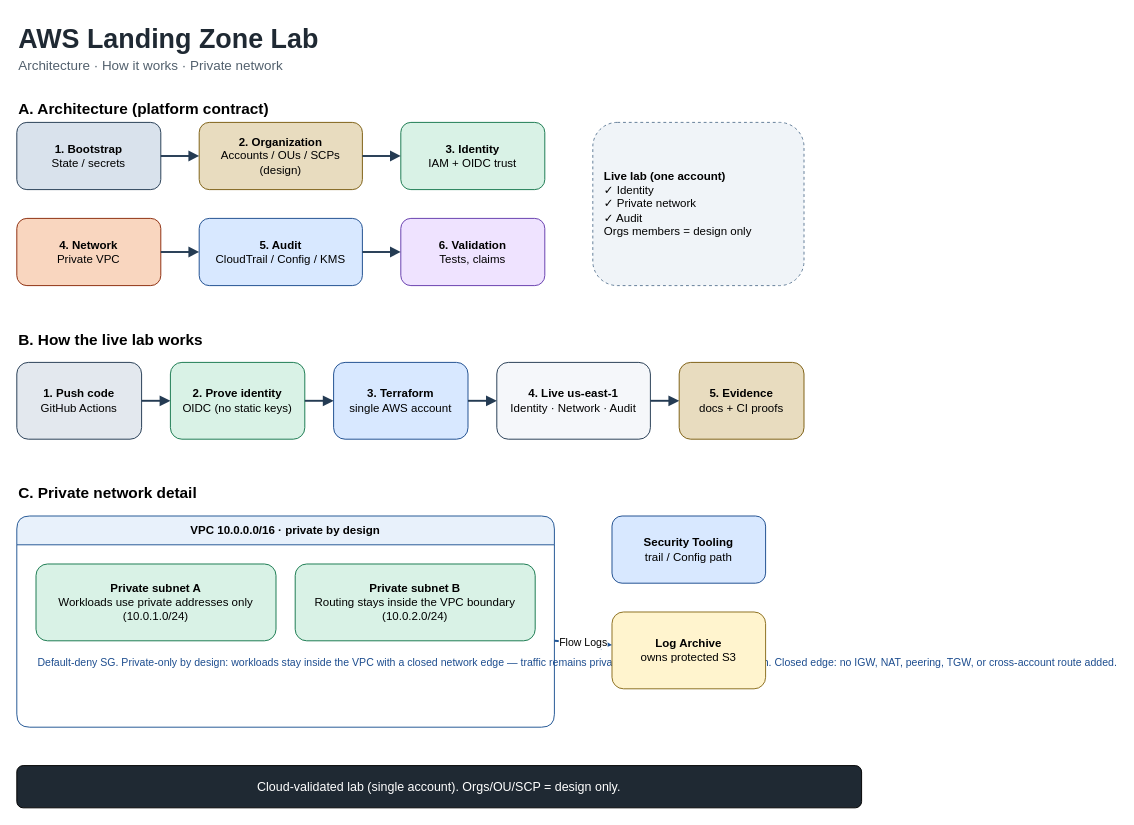
nathanielecon/aws-landing-zone-lab keeps this draw.io diagram as platform/docs/diagrams/aws-landing-zone-lab.drawio. Above is the earlier version. Source tidied: cells renumbered, new cells numbered last; positions are measured from the earlier drawing's top-left corner, leaving out a move shared by most shapes. Both pictures are drawn from the tidied source at 96%, with x=0, y=0 at pixel (16, 16).
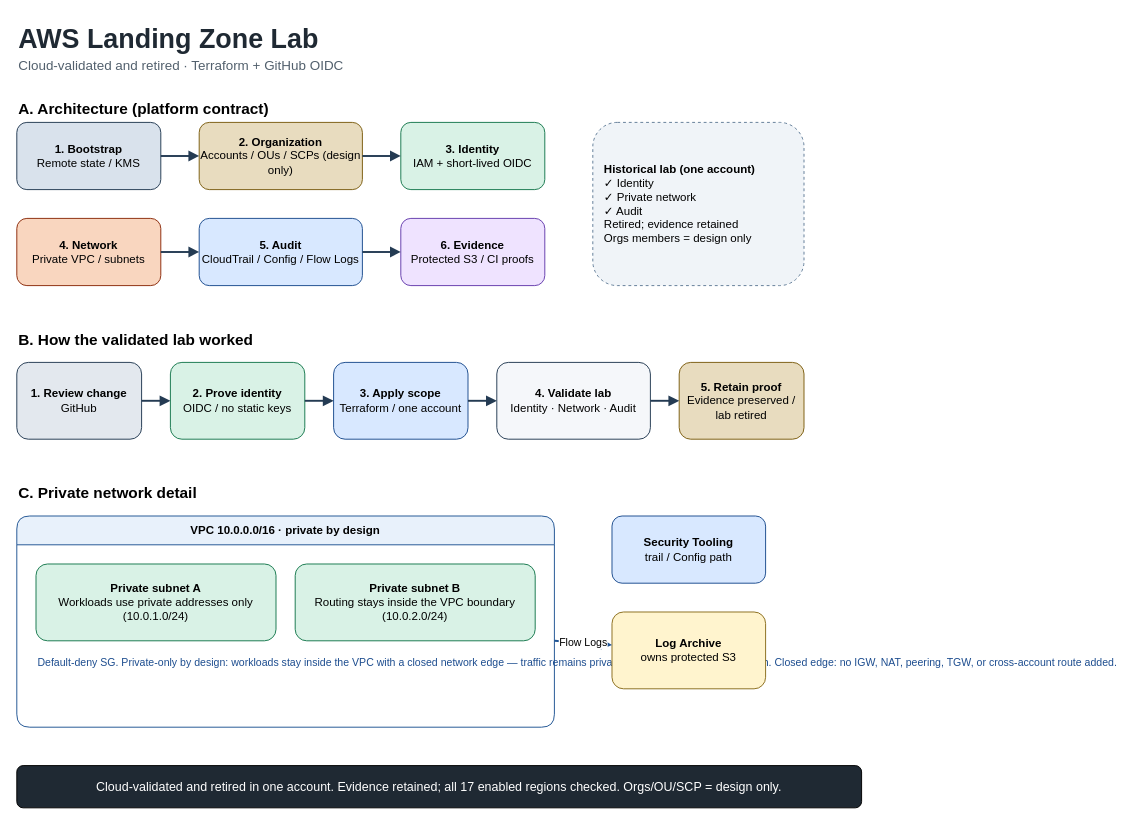
Above is the later version.

Commit message (it also covers changes not shown here):
docs: publish retired landing zone infographic

Diff of the diagram source:
```diff
@@
-    <mxCell id="3" value="Architecture · How it works · Private network" style="text;html=1;strokeColor=none;fillColor=none;align=left;fontSize=14;fontColor=#52606D;" parent="1" vertex="1">
+    <mxCell id="3" value="Cloud-validated and retired · Terraform + GitHub OIDC" style="text;html=1;strokeColor=none;fillColor=none;align=left;fontSize=14;fontColor=#52606D;" parent="1" vertex="1">
       <mxGeometry y="36" width="600" height="24" as="geometry" />
     </mxCell>
@@
-    <mxCell id="5" value="&lt;b&gt;1. Bootstrap&lt;/b&gt;&lt;br&gt;State / secrets" style="rounded=1;whiteSpace=wrap;html=1;fillColor=#D9E2EC;strokeColor=#243B53;" parent="1" vertex="1">
+    <mxCell id="5" value="&lt;b&gt;1. Bootstrap&lt;/b&gt;&lt;br&gt;Remote state / KMS" style="rounded=1;whiteSpace=wrap;html=1;fillColor=#D9E2EC;strokeColor=#243B53;" parent="1" vertex="1">
       <mxGeometry y="110" width="150" height="70" as="geometry" />
     </mxCell>
-    <mxCell id="6" value="&lt;b&gt;2. Organization&lt;/b&gt;&lt;br&gt;Accounts / OUs / SCPs (design)" style="rounded=1;whiteSpace=wrap;html=1;fillColor=#E8DCBF;strokeColor=#7C5E10;" parent="1" vertex="1">
+    <mxCell id="6" value="&lt;b&gt;2. Organization&lt;/b&gt;&lt;br&gt;Accounts / OUs / SCPs (design only)" style="rounded=1;whiteSpace=wrap;html=1;fillColor=#E8DCBF;strokeColor=#7C5E10;" parent="1" vertex="1">
       <mxGeometry x="190" y="110" width="170" height="70" as="geometry" />
     </mxCell>
-    <mxCell id="7" value="&lt;b&gt;3. Identity&lt;/b&gt;&lt;br&gt;IAM + OIDC trust" style="rounded=1;whiteSpace=wrap;html=1;fillColor=#D9F2E6;strokeColor=#18794E;" parent="1" vertex="1">
+    <mxCell id="7" value="&lt;b&gt;3. Identity&lt;/b&gt;&lt;br&gt;IAM + short-lived OIDC" style="rounded=1;whiteSpace=wrap;html=1;fillColor=#D9F2E6;strokeColor=#18794E;" parent="1" vertex="1">
       <mxGeometry x="400" y="110" width="150" height="70" as="geometry" />
     </mxCell>
-    <mxCell id="8" value="&lt;b&gt;4. Network&lt;/b&gt;&lt;br&gt;Private VPC" style="rounded=1;whiteSpace=wrap;html=1;fillColor=#F9D6BF;strokeColor=#8D2B0B;" parent="1" vertex="1">
+    <mxCell id="8" value="&lt;b&gt;4. Network&lt;/b&gt;&lt;br&gt;Private VPC / subnets" style="rounded=1;whiteSpace=wrap;html=1;fillColor=#F9D6BF;strokeColor=#8D2B0B;" parent="1" vertex="1">
       <mxGeometry y="210" width="150" height="70" as="geometry" />
     </mxCell>
-    <mxCell id="9" value="&lt;b&gt;5. Audit&lt;/b&gt;&lt;br&gt;CloudTrail / Config / KMS" style="rounded=1;whiteSpace=wrap;html=1;fillColor=#D8E8FF;strokeColor=#1D4D8F;" parent="1" vertex="1">
+    <mxCell id="9" value="&lt;b&gt;5. Audit&lt;/b&gt;&lt;br&gt;CloudTrail / Config / Flow Logs" style="rounded=1;whiteSpace=wrap;html=1;fillColor=#D8E8FF;strokeColor=#1D4D8F;" parent="1" vertex="1">
       <mxGeometry x="190" y="210" width="170" height="70" as="geometry" />
     </mxCell>
-    <mxCell id="10" value="&lt;b&gt;6. Validation&lt;/b&gt;&lt;br&gt;Tests, claims" style="rounded=1;whiteSpace=wrap;html=1;fillColor=#EFE3FF;strokeColor=#653CAD;" parent="1" vertex="1">
+    <mxCell id="10" value="&lt;b&gt;6. Evidence&lt;/b&gt;&lt;br&gt;Protected S3 / CI proofs" style="rounded=1;whiteSpace=wrap;html=1;fillColor=#EFE3FF;strokeColor=#653CAD;" parent="1" vertex="1">
       <mxGeometry x="400" y="210" width="150" height="70" as="geometry" />
     </mxCell>
-    <mxCell id="11" value="&lt;b&gt;Live lab (one account)&lt;/b&gt;&lt;br&gt;✓ Identity&lt;br&gt;✓ Private network&lt;br&gt;✓ Audit&lt;br&gt;Orgs members = design only" style="rounded=1;whiteSpace=wrap;html=1;fillColor=#F0F4F8;strokeColor=#627D98;dashed=1;align=left;spacingLeft=10;" parent="1" vertex="1">
+    <mxCell id="11" value="&lt;b&gt;Historical lab (one account)&lt;/b&gt;&lt;br&gt;✓ Identity&lt;br&gt;✓ Private network&lt;br&gt;✓ Audit&lt;br&gt;Retired; evidence retained&lt;br&gt;Orgs members = design only" style="rounded=1;whiteSpace=wrap;html=1;fillColor=#F0F4F8;strokeColor=#627D98;dashed=1;align=left;spacingLeft=10;" parent="1" vertex="1">
       <mxGeometry x="600" y="110" width="220" height="170" as="geometry" />
     </mxCell>
@@
-    <mxCell id="16" value="B. How the live lab works" style="text;html=1;strokeColor=none;fillColor=none;align=left;fontSize=16;fontStyle=1;" parent="1" vertex="1">
+    <mxCell id="16" value="B. How the validated lab worked" style="text;html=1;strokeColor=none;fillColor=none;align=left;fontSize=16;fontStyle=1;" parent="1" vertex="1">
       <mxGeometry y="320" width="400" height="24" as="geometry" />
     </mxCell>
-    <mxCell id="17" value="&lt;b&gt;1. Push code&lt;/b&gt;&lt;br&gt;GitHub Actions" style="rounded=1;whiteSpace=wrap;html=1;fillColor=#E3E8EE;strokeColor=#243B53;" parent="1" vertex="1">
+    <mxCell id="17" value="&lt;b&gt;1. Review change&lt;/b&gt;&lt;br&gt;GitHub" style="rounded=1;whiteSpace=wrap;html=1;fillColor=#E3E8EE;strokeColor=#243B53;" parent="1" vertex="1">
       <mxGeometry y="360" width="130" height="80" as="geometry" />
     </mxCell>
-    <mxCell id="18" value="&lt;b&gt;2. Prove identity&lt;/b&gt;&lt;br&gt;OIDC (no static keys)" style="rounded=1;whiteSpace=wrap;html=1;fillColor=#D9F2E6;strokeColor=#18794E;" parent="1" vertex="1">
+    <mxCell id="18" value="&lt;b&gt;2. Prove identity&lt;/b&gt;&lt;br&gt;OIDC / no static keys" style="rounded=1;whiteSpace=wrap;html=1;fillColor=#D9F2E6;strokeColor=#18794E;" parent="1" vertex="1">
       <mxGeometry x="160" y="360" width="140" height="80" as="geometry" />
     </mxCell>
-    <mxCell id="19" value="&lt;b&gt;3. Terraform&lt;/b&gt;&lt;br&gt;single AWS account" style="rounded=1;whiteSpace=wrap;html=1;fillColor=#D8E8FF;strokeColor=#1D4D8F;" parent="1" vertex="1">
+    <mxCell id="19" value="&lt;b&gt;3. Apply scope&lt;/b&gt;&lt;br&gt;Terraform / one account" style="rounded=1;whiteSpace=wrap;html=1;fillColor=#D8E8FF;strokeColor=#1D4D8F;" parent="1" vertex="1">
       <mxGeometry x="330" y="360" width="140" height="80" as="geometry" />
     </mxCell>
-    <mxCell id="20" value="&lt;b&gt;4. Live us-east-1&lt;/b&gt;&lt;br&gt;Identity · Network · Audit" style="rounded=1;whiteSpace=wrap;html=1;fillColor=#F5F7FA;strokeColor=#243B53;" parent="1" vertex="1">
+    <mxCell id="20" value="&lt;b&gt;4. Validate lab&lt;/b&gt;&lt;br&gt;Identity · Network · Audit" style="rounded=1;whiteSpace=wrap;html=1;fillColor=#F5F7FA;strokeColor=#243B53;" parent="1" vertex="1">
       <mxGeometry x="500" y="360" width="160" height="80" as="geometry" />
     </mxCell>
-    <mxCell id="21" value="&lt;b&gt;5. Evidence&lt;/b&gt;&lt;br&gt;docs + CI proofs" style="rounded=1;whiteSpace=wrap;html=1;fillColor=#E8DCBF;strokeColor=#7C5E10;" parent="1" vertex="1">
+    <mxCell id="21" value="&lt;b&gt;5. Retain proof&lt;/b&gt;&lt;br&gt;Evidence preserved / lab retired" style="rounded=1;whiteSpace=wrap;html=1;fillColor=#E8DCBF;strokeColor=#7C5E10;" parent="1" vertex="1">
       <mxGeometry x="690" y="360" width="130" height="80" as="geometry" />
     </mxCell>
@@
-    <mxCell id="34" value="Cloud-validated lab (single account). Orgs/OU/SCP = design only." style="rounded=1;whiteSpace=wrap;html=1;fillColor=#1F2933;fontColor=#FFFFFF;fontSize=13;align=center;" parent="1" vertex="1">
+    <mxCell id="34" value="Cloud-validated and retired in one account. Evidence retained; all 17 enabled regions checked. Orgs/OU/SCP = design only." style="rounded=1;whiteSpace=wrap;html=1;fillColor=#1F2933;fontColor=#FFFFFF;fontSize=13;align=center;" parent="1" vertex="1">
       <mxGeometry y="780" width="880" height="44" as="geometry" />
     </mxCell>
```
